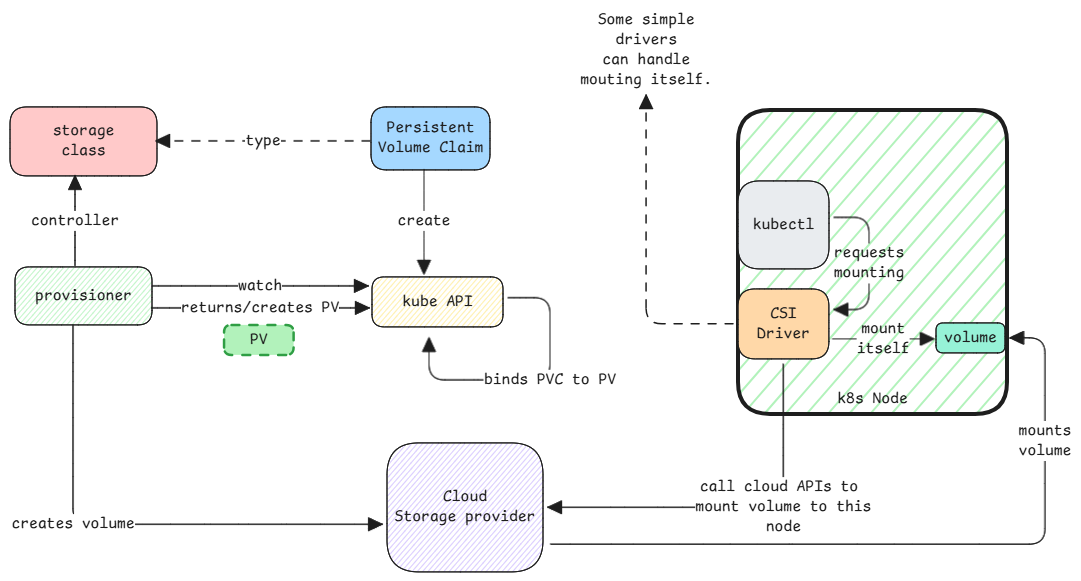
Above: static/img/k8s-storage-building-blocks.excalidraw.png in swaroopar/inprogress-engineer (Excalidraw), before the change. Source tidied: one line per element, renumbered; positions are measured from the earlier drawing's top-left corner, leaving out a move shared by most shapes.
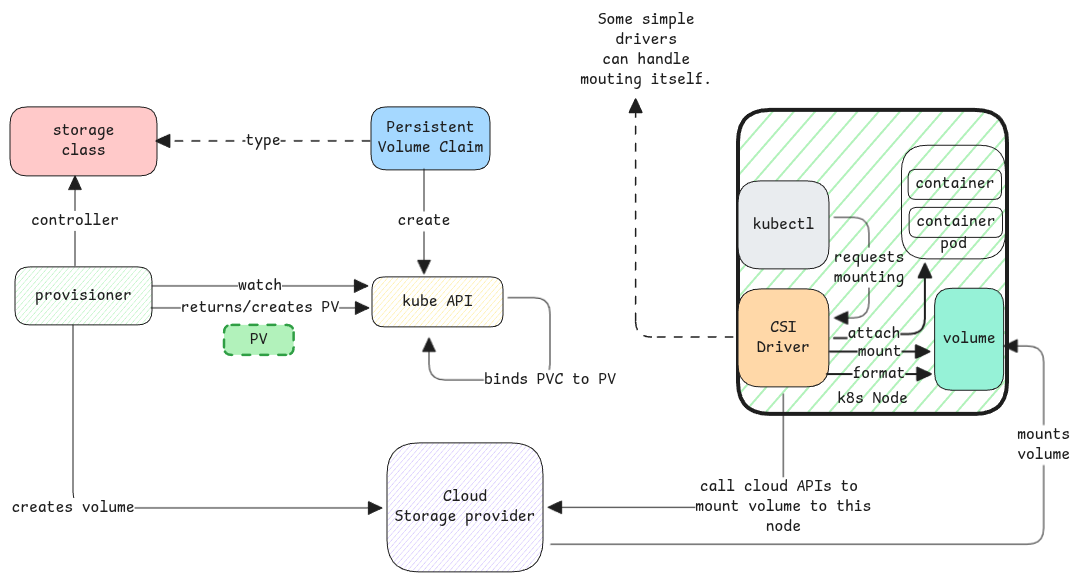
Above is the later version.

Commit message:
extend k8s storage learnings

What changed in the source:
```diff
@@ -14,7 +14,7 @@
 {"id": 13, "type": "text", "text": "create", "strokeColor": "#1e1e1e", "strokeWidth": 1, "roughness": 0, "fontSize": 16, "fontFamily": 8, "textAlign": "center", "verticalAlign": "middle", "inside": 12, "x": 388, "y": 201, "width": 53, "height": 20}
 {"id": 14, "type": "arrow", "strokeColor": "#1e1e1e", "strokeWidth": 1, "roughness": 0, "endArrowhead": "triangle", "round": true, "from": 2, "x": 142, "y": 276, "width": 216, "height": 0, "points": [[0, 0], [216, 0]]}
 {"id": 15, "type": "text", "text": "watch", "strokeColor": "#1e1e1e", "strokeWidth": 1, "roughness": 0, "fontSize": 16, "fontFamily": 8, "textAlign": "center", "verticalAlign": "middle", "inside": 14, "x": 221, "y": 278, "width": 44, "height": 20}
-{"id": 16, "type": "arrow", "strokeColor": "#1e1e1e", "strokeWidth": 1, "roughness": 0, "endArrowhead": "triangle", "from": 2, "to": 18, "x": 63, "y": 315, "width": 309, "height": 199, "points": [[0, 0], [0, 199], [309, 199]]}
+{"id": 16, "type": "arrow", "strokeColor": "#1e1e1e", "strokeWidth": 1, "roughness": 0, "endArrowhead": "triangle", "from": 2, "to": 18, "x": 63, "y": 315, "width": 309, "height": 183, "points": [[0, 0], [0, 183], [309, 183]]}
 {"id": 17, "type": "text", "text": "creates volume", "strokeColor": "#1e1e1e", "strokeWidth": 1, "roughness": 0, "fontSize": 16, "fontFamily": 8, "textAlign": "center", "verticalAlign": "middle", "inside": 16, "x": 1, "y": 504, "width": 123, "height": 20}
 {"id": 18, "type": "rectangle", "strokeColor": "#1e1e1e", "backgroundColor": "#d0bfff", "fillStyle": "hachure", "strokeWidth": 1, "roughness": 0, "round": true, "x": 377, "y": 433, "width": 156, "height": 129}
 {"id": 19, "type": "text", "text": "Cloud\nStorage provider", "strokeColor": "#1e1e1e", "strokeWidth": 1, "roughness": 0, "fontSize": 16, "fontFamily": 8, "textAlign": "center", "verticalAlign": "middle", "inside": 18, "x": 385, "y": 477, "width": 141, "height": 40}
@@ -24,21 +24,31 @@
 {"id": 23, "type": "text", "text": "binds PVC to PV", "strokeColor": "#1e1e1e", "strokeWidth": 1, "roughness": 0, "fontSize": 16, "fontFamily": 8, "textAlign": "center", "verticalAlign": "middle", "inside": 22, "x": 461, "y": 352, "width": 132, "height": 20}
 {"id": 24, "type": "rectangle", "strokeColor": "#1e1e1e", "backgroundColor": "#b2f2bb", "fillStyle": "hachure", "strokeWidth": 4, "roughness": 0, "round": true, "x": 728, "y": 100, "width": 269, "height": 304}
 {"id": 25, "type": "text", "text": "k8s Node", "strokeColor": "#1e1e1e", "strokeWidth": 1, "roughness": 0, "fontSize": 16, "fontFamily": 8, "textAlign": "center", "verticalAlign": "bottom", "inside": 24, "x": 827, "y": 379, "width": 70, "height": 20}
-{"id": 26, "type": "rectangle", "strokeColor": "#1e1e1e", "backgroundColor": "#ffd8a8", "fillStyle": "solid", "strokeWidth": 1, "roughness": 0, "round": true, "x": 728, "y": 279, "width": 91, "height": 70}
+{"id": 26, "type": "rectangle", "strokeColor": "#1e1e1e", "backgroundColor": "#ffd8a8", "fillStyle": "solid", "strokeWidth": 1, "roughness": 0, "round": true, "x": 728, "y": 279, "width": 91, "height": 98}
-{"id": 27, "type": "text", "text": "CSI\nDriver", "strokeColor": "#1e1e1e", "strokeWidth": 1, "roughness": 0, "fontSize": 16, "fontFamily": 8, "textAlign": "center", "verticalAlign": "middle", "inside": 26, "x": 747, "y": 294, "width": 53, "height": 40}
+{"id": 27, "type": "text", "text": "CSI\nDriver", "strokeColor": "#1e1e1e", "strokeWidth": 1, "roughness": 0, "fontSize": 16, "fontFamily": 8, "textAlign": "center", "verticalAlign": "middle", "inside": 26, "x": 747, "y": 308, "width": 53, "height": 40}
 {"id": 28, "type": "rectangle", "strokeColor": "#1e1e1e", "backgroundColor": "#e9ecef", "fillStyle": "solid", "strokeWidth": 1, "roughness": 0, "round": true, "x": 728, "y": 171, "width": 91, "height": 88}
 {"id": 29, "type": "text", "text": "kubectl", "strokeColor": "#1e1e1e", "strokeWidth": 1, "roughness": 0, "fontSize": 16, "fontFamily": 8, "textAlign": "center", "verticalAlign": "middle", "inside": 28, "x": 743, "y": 205, "width": 62, "height": 20}
-{"id": 30, "type": "arrow", "strokeColor": "#1e1e1e", "strokeWidth": 1, "roughness": 0, "endArrowhead": "triangle", "from": 28, "to": 26, "x": 824, "y": 207, "width": 35, "height": 92, "points": [[0, 0], [35, 0], [35, 92], [0, 92]]}
+{"id": 30, "type": "arrow", "strokeColor": "#1e1e1e", "strokeWidth": 1, "roughness": 0, "endArrowhead": "triangle", "from": 28, "to": 26, "x": 824, "y": 207, "width": 35, "height": 101, "points": [[0, 0], [35, 0], [35, 101], [0, 101]]}
-{"id": 31, "type": "text", "text": "requests\nmounting", "strokeColor": "#1e1e1e", "strokeWidth": 1, "roughness": 0, "fontSize": 16, "fontFamily": 8, "textAlign": "center", "verticalAlign": "middle", "inside": 30, "x": 835, "y": 241, "width": 70, "height": 40}
+{"id": 31, "type": "text", "text": "requests\nmounting", "strokeColor": "#1e1e1e", "strokeWidth": 1, "roughness": 0, "fontSize": 16, "fontFamily": 8, "textAlign": "center", "verticalAlign": "middle", "inside": 30, "x": 824, "y": 233, "width": 70, "height": 40}
-{"id": 32, "type": "arrow", "strokeColor": "#1e1e1e", "strokeWidth": 1, "roughness": 0, "endArrowhead": "triangle", "from": 26, "to": 18, "x": 773, "y": 354, "width": 235, "height": 143, "points": [[0, 0], [0, 143], [-235, 143]]}
+{"id": 32, "type": "arrow", "strokeColor": "#1e1e1e", "strokeWidth": 1, "roughness": 0, "endArrowhead": "triangle", "from": 26, "to": 18, "x": 773, "y": 384, "width": 235, "height": 113, "points": [[0, 0], [0, 113], [-235, 113]]}
 {"id": 33, "type": "text", "text": "call cloud APIs to \nmount volume to this\nnode", "strokeColor": "#1e1e1e", "strokeWidth": 1, "roughness": 0, "fontSize": 16, "fontFamily": 8, "textAlign": "center", "verticalAlign": "middle", "inside": 32, "x": 659, "y": 454, "width": 176, "height": 60}
-{"id": 34, "type": "rectangle", "strokeColor": "#1e1e1e", "backgroundColor": "#96f2d7", "fillStyle": "solid", "strokeWidth": 1, "roughness": 0, "round": true, "x": 926, "y": 313, "width": 69, "height": 30}
+{"id": 34, "type": "rectangle", "strokeColor": "#1e1e1e", "backgroundColor": "#96f2d7", "fillStyle": "solid", "strokeWidth": 1, "roughness": 0, "round": true, "x": 925, "y": 278, "width": 69, "height": 102}
-{"id": 35, "type": "text", "text": "volume", "strokeColor": "#1e1e1e", "strokeWidth": 1, "roughness": 0, "fontSize": 16, "fontFamily": 8, "textAlign": "center", "verticalAlign": "middle", "inside": 34, "x": 934, "y": 318, "width": 53, "height": 20}
+{"id": 35, "type": "text", "text": "volume", "strokeColor": "#1e1e1e", "strokeWidth": 1, "roughness": 0, "fontSize": 16, "fontFamily": 8, "textAlign": "center", "verticalAlign": "middle", "inside": 34, "x": 933, "y": 319, "width": 53, "height": 20}
-{"id": 36, "type": "arrow", "strokeColor": "#1e1e1e", "strokeWidth": 1, "roughness": 0, "endArrowhead": "triangle", "to": 34, "x": 822, "y": 329, "width": 102, "height": 0, "points": [[0, 0], [102, 0]]}
-{"id": 37, "type": "text", "text": "mount\nitself", "strokeColor": "#1e1e1e", "strokeWidth": 1, "roughness": 0, "fontSize": 16, "fontFamily": 8, "textAlign": "center", "verticalAlign": "middle", "inside": 36, "x": 841, "y": 309, "width": 53, "height": 40}
-{"id": 38, "type": "arrow", "strokeColor": "#1e1e1e", "strokeWidth": 1, "roughness": 0, "endArrowhead": "triangle", "from": 18, "to": 34, "x": 540, "y": 534, "width": 495, "height": 206, "points": [[0, 0], [495, 0], [495, -206], [460, -206]]}
+{"id": 38, "type": "arrow", "strokeColor": "#1e1e1e", "strokeWidth": 1, "roughness": 0, "endArrowhead": "triangle", "from": 18, "to": 34, "x": 540, "y": 534, "width": 493, "height": 198, "points": [[0, 0], [493, 0], [493, -198], [453, -198]]}
 {"id": 39, "type": "text", "text": "mounts\nvolume", "strokeColor": "#1e1e1e", "strokeWidth": 2, "roughness": 1, "fontSize": 16, "fontFamily": 8, "textAlign": "center", "verticalAlign": "middle", "inside": 38, "x": 1009, "y": 411, "width": 53, "height": 40}
 {"id": 40, "type": "text", "text": "Some simple\ndrivers\ncan handle\nmouting itself.", "strokeColor": "#1e1e1e", "backgroundColor": "#b2f2bb", "fillStyle": "hachure", "strokeWidth": 4, "roughness": 1, "fontSize": 16, "fontFamily": 8, "textAlign": "center", "x": 567, "y": 0, "width": 139, "height": 80}
-{"id": 41, "type": "arrow", "strokeColor": "#1e1e1e", "backgroundColor": "#b2f2bb", "fillStyle": "hachure", "strokeWidth": 1, "strokeStyle": "dashed", "roughness": 0, "endArrowhead": "triangle", "from": 26, "to": 40, "x": 723, "y": 314, "width": 87, "height": 229, "points": [[0, 0], [-87, 0], [-87, -229]]}
+{"id": 41, "type": "arrow", "strokeColor": "#1e1e1e", "backgroundColor": "#b2f2bb", "fillStyle": "hachure", "strokeWidth": 1, "strokeStyle": "dashed", "roughness": 0, "endArrowhead": "triangle", "from": 26, "to": 40, "x": 723, "y": 327, "width": 97, "height": 238, "points": [[0, 0], [-97, 0], [-97, -238]]}
 {"id": 42, "type": "rectangle", "strokeColor": "#2f9e44", "backgroundColor": "#b2f2bb", "fillStyle": "solid", "strokeWidth": 2, "strokeStyle": "dashed", "roughness": 0, "round": true, "x": 214, "y": 315, "width": 70, "height": 30}
 {"id": 43, "type": "text", "text": "PV", "strokeColor": "#1e1e1e", "backgroundColor": "#b2f2bb", "fillStyle": "hachure", "strokeWidth": 1, "strokeStyle": "dashed", "roughness": 0, "fontSize": 16, "fontFamily": 8, "textAlign": "center", "verticalAlign": "middle", "inside": 42, "x": 240, "y": 320, "width": 18, "height": 20}
+{"id": 44, "type": "arrow", "strokeColor": "#1e1e1e", "strokeWidth": 2, "roughness": 0, "endArrowhead": "triangle", "from": 26, "x": 820, "y": 342, "width": 100, "height": 0, "points": [[0, 0], [100, 0]]}
+{"id": 45, "type": "text", "text": "mount", "strokeColor": "#1e1e1e", "strokeWidth": 2, "roughness": 0, "fontSize": 16, "fontFamily": 8, "textAlign": "center", "verticalAlign": "middle", "inside": 44, "x": 848, "y": 308, "width": 44, "height": 20}
+{"id": 46, "type": "arrow", "strokeColor": "#1e1e1e", "strokeWidth": 2, "roughness": 0, "endArrowhead": "triangle", "x": 817, "y": 364, "width": 104, "height": 0, "points": [[0, 0], [104, 0]]}
+{"id": 47, "type": "text", "text": "format", "strokeColor": "#1e1e1e", "strokeWidth": 2, "roughness": 0, "fontSize": 16, "fontFamily": 8, "textAlign": "center", "verticalAlign": "middle", "inside": 46, "x": 846, "y": 330, "width": 53, "height": 20}
+{"id": 48, "type": "rectangle", "strokeColor": "#1e1e1e", "strokeWidth": 1, "roughness": 0, "round": true, "x": 892, "y": 135, "width": 104, "height": 114}
+{"id": 49, "type": "text", "text": "pod", "strokeColor": "#1e1e1e", "strokeWidth": 2, "roughness": 0, "fontSize": 16, "fontFamily": 8, "textAlign": "center", "verticalAlign": "bottom", "inside": 48, "x": 930, "y": 224, "width": 26, "height": 20}
+{"id": 50, "type": "rectangle", "strokeColor": "#1e1e1e", "strokeWidth": 1, "roughness": 0, "round": true, "x": 898, "y": 159, "width": 93, "height": 30}
+{"id": 51, "type": "text", "text": "container", "strokeColor": "#1e1e1e", "strokeWidth": 2, "roughness": 0, "fontSize": 16, "fontFamily": 8, "textAlign": "center", "verticalAlign": "middle", "inside": 50, "x": 905, "y": 164, "width": 79, "height": 20}
+{"id": 52, "type": "arrow", "strokeColor": "#1e1e1e", "strokeWidth": 2, "roughness": 0, "endArrowhead": "triangle", "from": 26, "to": 48, "x": 824, "y": 328, "width": 91, "height": 74, "points": [[0, 0], [40, 0], [40, -4], [91, -4], [91, -74]]}
+{"id": 53, "type": "text", "text": "attach", "strokeColor": "#1e1e1e", "strokeWidth": 2, "roughness": 0, "fontSize": 16, "fontFamily": 8, "textAlign": "center", "verticalAlign": "middle", "inside": 52, "x": 882, "y": 318, "width": 53, "height": 20}
+{"id": 54, "type": "rectangle", "strokeColor": "#1e1e1e", "strokeWidth": 1, "roughness": 0, "round": true, "x": 899, "y": 197, "width": 93, "height": 30}
+{"id": 55, "type": "text", "text": "container", "strokeColor": "#1e1e1e", "strokeWidth": 2, "roughness": 0, "fontSize": 16, "fontFamily": 8, "textAlign": "center", "verticalAlign": "middle", "inside": 54, "x": 906, "y": 202, "width": 79, "height": 20}
```
